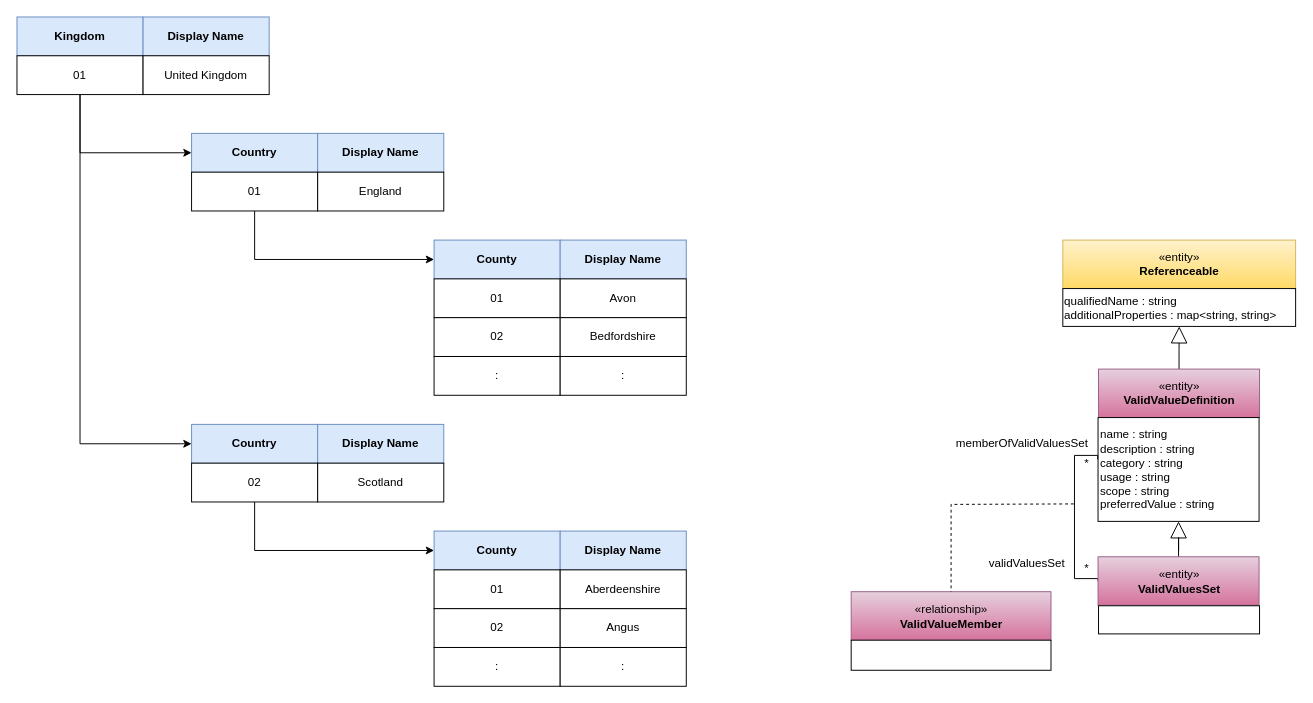
The draw.io diagram page "hierarchical-information-codes" (2 of 8) of site/docs/features/reference-data-management/reference-data-management.drawio in odpi/egeria-docs, before the edit. Source tidied: cells renumbered, new cells numbered last; positions are measured from the earlier drawing's top-left corner, leaving out a move shared by most shapes. Both pictures are drawn from the tidied source at 97%, with x=0, y=0 at pixel (16, 16).
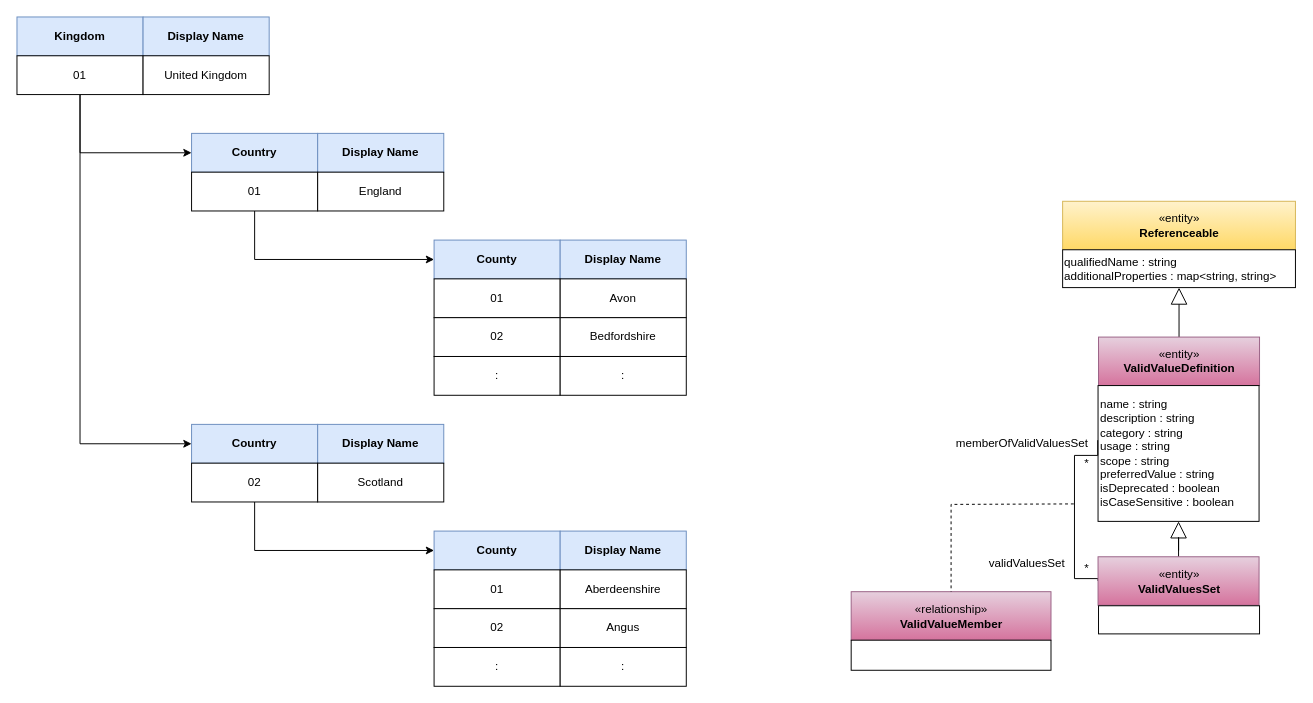
Above is the later version.

Change to the diagram source:
```diff
@@
     <mxCell id="34" value="«entity»&lt;br&gt;&lt;b&gt;Referenceable&lt;/b&gt;" style="html=1;strokeColor=#d6b656;align=center;fillColor=#fff2cc;gradientColor=#ffd966;" parent="1" vertex="1">
-      <mxGeometry x="1078.2" y="230" width="240" height="50" as="geometry" />
+      <mxGeometry x="1078" y="190" width="240" height="50" as="geometry" />
     </mxCell>
     <mxCell id="35" value="qualifiedName : string&lt;br&gt;additionalProperties : map&amp;lt;string, string&amp;gt;&lt;br&gt;&lt;div style=&quot;text-align: left&quot;&gt;&lt;/div&gt;" style="rounded=0;whiteSpace=wrap;html=1;strokeColor=#000000;gradientColor=#ffffff;align=left;" parent="1" vertex="1">
-      <mxGeometry x="1078.2" y="280" width="240" height="39" as="geometry" />
+      <mxGeometry x="1078" y="240" width="240" height="39" as="geometry" />
     </mxCell>
@@
     <mxCell id="37" value="«entity»&lt;br&gt;&lt;b&gt;ValidValueDefinition&lt;/b&gt;" style="html=1;strokeColor=#996185;align=center;fillColor=#e6d0de;gradientColor=#d5739d;" parent="1" vertex="1">
-      <mxGeometry x="1115" y="363" width="166" height="50" as="geometry" />
+      <mxGeometry x="1115" y="330" width="166" height="50" as="geometry" />
     </mxCell>
-    <mxCell id="38" value="&lt;span&gt;name : string&lt;br&gt;&lt;/span&gt;&lt;span&gt;description : string&lt;br&gt;&lt;/span&gt;category : string&lt;br&gt;&lt;span&gt;usage : string&lt;/span&gt;&lt;br&gt;&lt;span&gt;scope : string&lt;br&gt;preferredValue : string&lt;br&gt;&lt;/span&gt;" style="rounded=0;whiteSpace=wrap;html=1;strokeColor=#000000;gradientColor=#ffffff;align=left;" parent="1" vertex="1">
-      <mxGeometry x="1114.5" y="413" width="166" height="107" as="geometry" />
+    <mxCell id="38" value="name : string&lt;br style=&quot;border-color: var(--border-color);&quot;&gt;&lt;span style=&quot;border-color: var(--border-color);&quot;&gt;description : string&lt;br style=&quot;border-color: var(--border-color);&quot;&gt;&lt;/span&gt;category : string&lt;br style=&quot;border-color: var(--border-color);&quot;&gt;&lt;span style=&quot;border-color: var(--border-color);&quot;&gt;usage : string&lt;/span&gt;&lt;br style=&quot;border-color: var(--border-color);&quot;&gt;&lt;span style=&quot;border-color: var(--border-color);&quot;&gt;scope : string&lt;br style=&quot;border-color: var(--border-color);&quot;&gt;preferredValue : string&lt;br style=&quot;border-color: var(--border-color);&quot;&gt;isDeprecated : boolean&lt;br style=&quot;border-color: var(--border-color);&quot;&gt;isCaseSensitive : boolean&lt;/span&gt;&lt;span&gt;&lt;br&gt;&lt;/span&gt;" style="rounded=0;whiteSpace=wrap;html=1;strokeColor=#000000;gradientColor=#ffffff;align=left;" parent="1" vertex="1">
+      <mxGeometry x="1114.5" y="380" width="166" height="140" as="geometry" />
     </mxCell>
```
